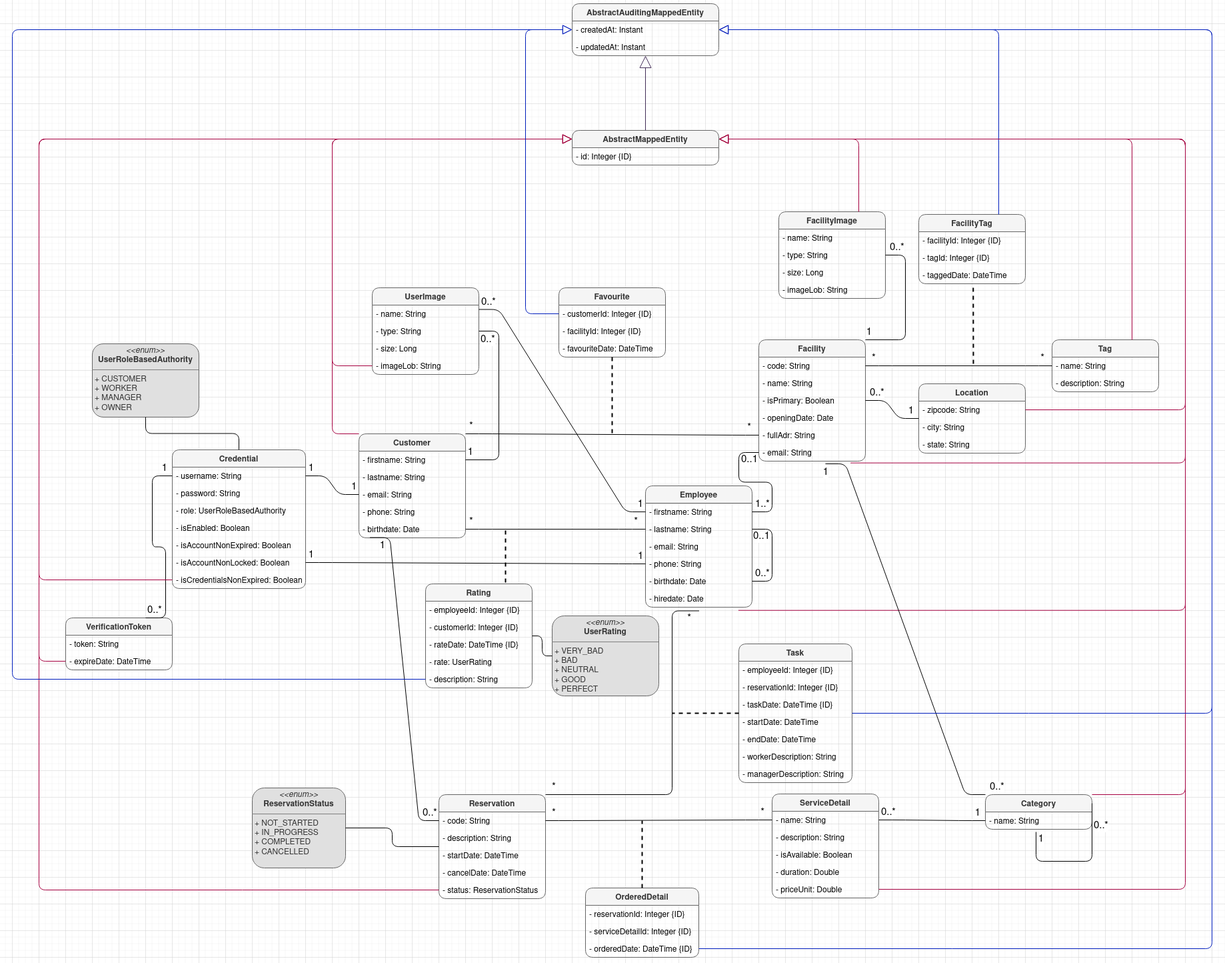
Above: docs/doc/atic/atic_class_diag.drawio.png in SelimHorri/atic-backend-app (draw.io), before the change. Source tidied: cells renumbered, new cells last; positions are measured from the earlier drawing's top-left corner, leaving out a move shared by most shapes.
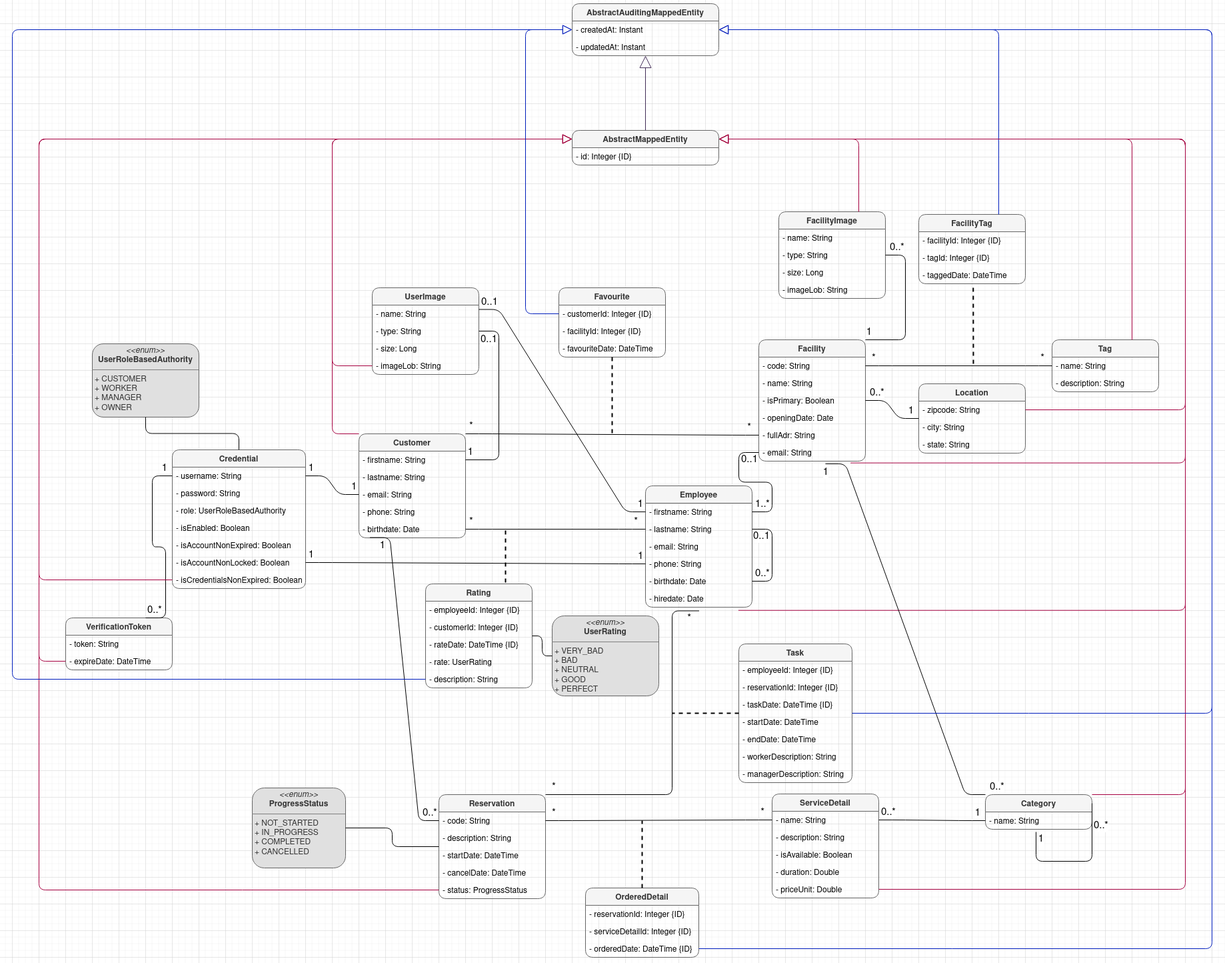
The same file after the commit.

Commit message:
refactor class diag

What changed in the source:
```diff
@@ -147,7 +147,7 @@
     <mxCell id="48" value="- cancelDate: DateTime" style="text;strokeColor=none;fillColor=none;align=left;verticalAlign=top;spacingLeft=4;spacingRight=4;overflow=hidden;rounded=1;sketch=0;" parent="44" vertex="1">
       <mxGeometry y="104" width="160" height="26" as="geometry" />
     </mxCell>
-    <mxCell id="49" value="- status: ReservationStatus" style="text;strokeColor=none;fillColor=none;align=left;verticalAlign=top;spacingLeft=4;spacingRight=4;overflow=hidden;points=[[0,0.5],[1,0.5]];portConstraint=eastwest;rounded=1;sketch=0;" parent="44" vertex="1">
+    <mxCell id="49" value="- status: ProgressStatus" style="text;strokeColor=none;fillColor=none;align=left;verticalAlign=top;spacingLeft=4;spacingRight=4;overflow=hidden;points=[[0,0.5],[1,0.5]];portConstraint=eastwest;rounded=1;sketch=0;" parent="44" vertex="1">
       <mxGeometry y="130" width="160" height="26" as="geometry" />
     </mxCell>
     <mxCell id="50" value="ServiceDetail" style="swimlane;fontStyle=1;align=center;verticalAlign=top;horizontal=1;startSize=26;rounded=1;sketch=0;fillColor=#f5f5f5;fontColor=#333333;strokeColor=#666666;" parent="1" vertex="1">
@@ -242,7 +242,7 @@
         <mxPoint x="12" y="22" as="offset" />
       </mxGeometry>
     </mxCell>
-    <mxCell id="77" value="&lt;p style=&quot;margin: 0px ; margin-top: 4px ; text-align: center&quot;&gt;&lt;i&gt;&amp;lt;&amp;lt;enum&amp;gt;&amp;gt;&lt;/i&gt;&lt;br&gt;&lt;b&gt;ReservationStatus&lt;/b&gt;&lt;br&gt;&lt;/p&gt;&lt;hr size=&quot;1&quot;&gt;&lt;p style=&quot;margin: 0px ; margin-left: 4px&quot;&gt;+ NOT_STARTED&lt;br&gt;&lt;/p&gt;&lt;p style=&quot;margin: 0px ; margin-left: 4px&quot;&gt;+ IN_PROGRESS&lt;/p&gt;&lt;p style=&quot;margin: 0px ; margin-left: 4px&quot;&gt;+ COMPLETED&lt;/p&gt;&lt;p style=&quot;margin: 0px ; margin-left: 4px&quot;&gt;+ CANCELLED&lt;br&gt;&lt;/p&gt;" style="verticalAlign=top;align=left;overflow=fill;fontSize=12;fontFamily=Helvetica;html=1;rounded=1;fillColor=#E0E0E0;fontColor=#333333;strokeColor=#666666;" parent="1" vertex="1">
+    <mxCell id="77" value="&lt;p style=&quot;margin: 0px ; margin-top: 4px ; text-align: center&quot;&gt;&lt;i&gt;&amp;lt;&amp;lt;enum&amp;gt;&amp;gt;&lt;/i&gt;&lt;br&gt;&lt;b&gt;ProgressStatus&lt;/b&gt;&lt;br&gt;&lt;/p&gt;&lt;hr size=&quot;1&quot;&gt;&lt;p style=&quot;margin: 0px ; margin-left: 4px&quot;&gt;+ NOT_STARTED&lt;br&gt;&lt;/p&gt;&lt;p style=&quot;margin: 0px ; margin-left: 4px&quot;&gt;+ IN_PROGRESS&lt;/p&gt;&lt;p style=&quot;margin: 0px ; margin-left: 4px&quot;&gt;+ COMPLETED&lt;/p&gt;&lt;p style=&quot;margin: 0px ; margin-left: 4px&quot;&gt;+ CANCELLED&lt;br&gt;&lt;/p&gt;" style="verticalAlign=top;align=left;overflow=fill;fontSize=12;fontFamily=Helvetica;html=1;rounded=1;fillColor=#E0E0E0;fontColor=#333333;strokeColor=#666666;" parent="1" vertex="1">
       <mxGeometry x="360" y="1176" width="140" height="120" as="geometry" />
     </mxCell>
     <mxCell id="78" style="endArrow=none;html=1;edgeStyle=orthogonalEdgeStyle;rounded=1;" parent="1" edge="1" source="77" target="44">
@@ -358,7 +358,7 @@
     <mxCell id="110" style="endArrow=none;html=1;rounded=1;sketch=0;entryX=1;entryY=0.5;entryDx=0;entryDy=0;elbow=vertical;edgeStyle=entityRelationEdgeStyle;" parent="1" edge="1" source="60" target="15">
       <mxGeometry relative="1" as="geometry" />
     </mxCell>
-    <mxCell id="111" value="0..*" style="edgeLabel;html=1;align=left;verticalAlign=bottom;rounded=1;sketch=0;fontSize=15;" parent="110" vertex="1">
+    <mxCell id="111" value="0..1" style="edgeLabel;html=1;align=left;verticalAlign=bottom;rounded=1;sketch=0;fontSize=15;" parent="110" vertex="1">
       <mxGeometry x="-1" relative="1" as="geometry">
         <mxPoint x="1" y="24" as="offset" />
       </mxGeometry>
@@ -472,7 +472,7 @@
     <mxCell id="136" style="endArrow=none;html=1;rounded=1;sketch=0;entryX=0;entryY=0.5;entryDx=0;entryDy=0;elbow=vertical;edgeStyle=entityRelationEdgeStyle;exitX=1;exitY=0.25;exitDx=0;exitDy=0;" parent="1" edge="1" source="60" target="5">
       <mxGeometry relative="1" as="geometry" />
     </mxCell>
-    <mxCell id="137" value="0..*" style="edgeLabel;html=1;align=left;verticalAlign=bottom;rounded=1;sketch=0;fontSize=15;" parent="136" vertex="1">
+    <mxCell id="137" value="0..1" style="edgeLabel;html=1;align=left;verticalAlign=bottom;rounded=1;sketch=0;fontSize=15;" parent="136" vertex="1">
       <mxGeometry x="-1" relative="1" as="geometry">
         <mxPoint x="2" as="offset" />
       </mxGeometry>
```
